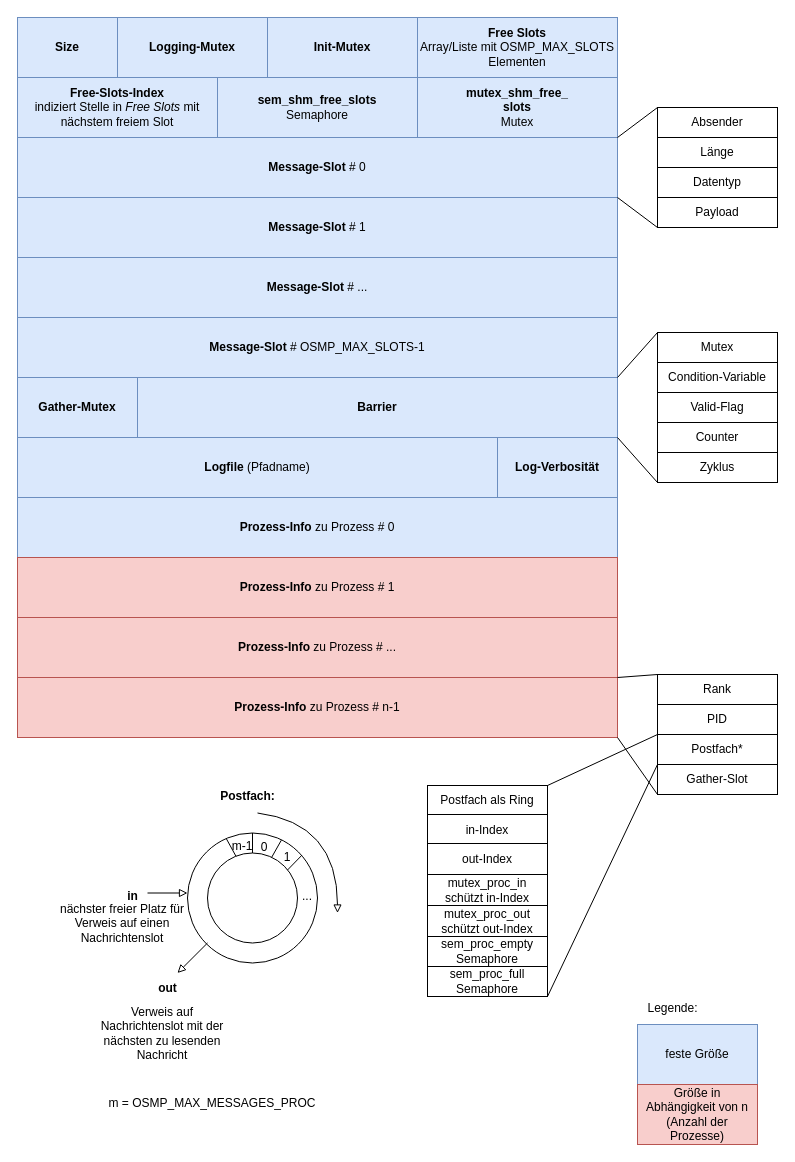
Above: docs/Struktur_Shared_Memory.drawio in Thomas12141/Betriebssysteme_Praktikum (draw.io), before the change. Source tidied: cells renumbered, new cells numbered last; positions are measured from the earlier drawing's top-left corner, leaving out a move shared by most shapes. Both pictures are drawn from the tidied source at 100%, with x=0, y=0 at pixel (17, 17).
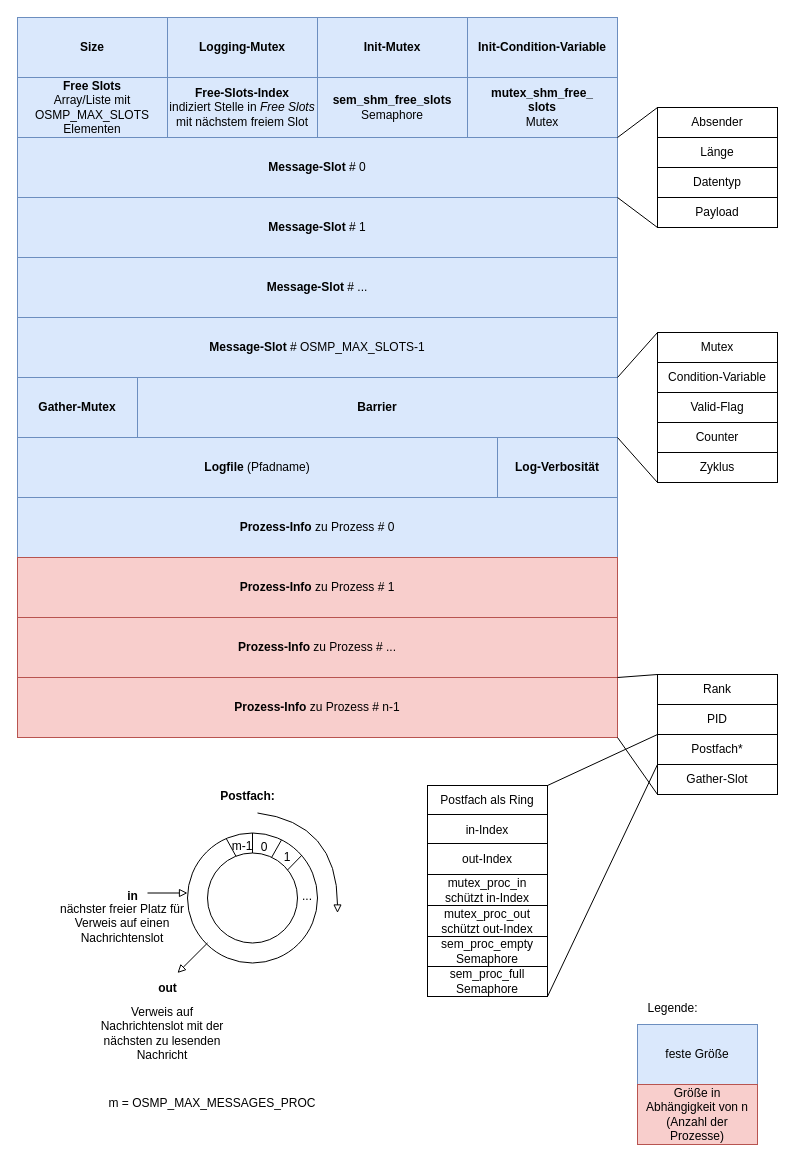
After the change.

Diff of the diagram source:
```diff
@@
     <mxCell id="2" value="&lt;b&gt;Size&lt;/b&gt;" style="rounded=0;whiteSpace=wrap;html=1;fillColor=#dae8fc;strokeColor=#6c8ebf;" parent="1" vertex="1">
-      <mxGeometry width="100" height="60" as="geometry" />
+      <mxGeometry width="150" height="60" as="geometry" />
     </mxCell>
     <mxCell id="3" value="&lt;b&gt;Logging-Mutex&lt;/b&gt;" style="rounded=0;whiteSpace=wrap;html=1;fillColor=#dae8fc;strokeColor=#6c8ebf;" parent="1" vertex="1">
-      <mxGeometry x="100" width="150" height="60" as="geometry" />
+      <mxGeometry x="150" width="150" height="60" as="geometry" />
     </mxCell>
     <mxCell id="4" value="&lt;div&gt;&lt;b&gt;Free Slots&lt;/b&gt;&lt;/div&gt;&lt;div&gt;Array/Liste mit OSMP_MAX_SLOTS Elementen&lt;br&gt;&lt;/div&gt;" style="rounded=0;whiteSpace=wrap;html=1;fillColor=#dae8fc;strokeColor=#6c8ebf;" parent="1" vertex="1">
-      <mxGeometry x="400" width="200" height="60" as="geometry" />
+      <mxGeometry y="60" width="150" height="60" as="geometry" />
     </mxCell>
     <mxCell id="5" value="&lt;div&gt;&lt;b&gt;sem_shm_free_slots&lt;/b&gt;&lt;/div&gt;&lt;div&gt;Semaphore&lt;b&gt;&lt;br&gt;&lt;/b&gt;&lt;/div&gt;" style="rounded=0;whiteSpace=wrap;html=1;fillColor=#dae8fc;strokeColor=#6c8ebf;" parent="1" vertex="1">
-      <mxGeometry x="200" y="60" width="200" height="60" as="geometry" />
+      <mxGeometry x="300" y="60" width="150" height="60" as="geometry" />
     </mxCell>
     <mxCell id="6" value="&lt;div&gt;&lt;b&gt;mutex_shm_free_&lt;/b&gt;&lt;/div&gt;&lt;div&gt;&lt;b&gt;slots&lt;br&gt;&lt;/b&gt;&lt;/div&gt;&lt;div&gt;Mutex&lt;b&gt;&lt;br&gt;&lt;/b&gt;&lt;/div&gt;" style="rounded=0;whiteSpace=wrap;html=1;fillColor=#dae8fc;strokeColor=#6c8ebf;" parent="1" vertex="1">
-      <mxGeometry x="400" y="60" width="200" height="60" as="geometry" />
+      <mxGeometry x="450" y="60" width="150" height="60" as="geometry" />
     </mxCell>
@@
     <mxCell id="68" value="&lt;b&gt;Init-Mutex&lt;/b&gt;" style="rounded=0;whiteSpace=wrap;html=1;fillColor=#dae8fc;strokeColor=#6c8ebf;" parent="1" vertex="1">
-      <mxGeometry x="250" width="150" height="60" as="geometry" />
+      <mxGeometry x="300" width="150" height="60" as="geometry" />
     </mxCell>
     <mxCell id="69" value="&lt;div&gt;&lt;b&gt;Free-Slots-Index&lt;/b&gt;&lt;/div&gt;&lt;div&gt;indiziert Stelle in &lt;i&gt;Free Slots &lt;/i&gt;mit nächstem freiem Slot&lt;br&gt;&lt;/div&gt;" style="rounded=0;whiteSpace=wrap;html=1;fillColor=#dae8fc;strokeColor=#6c8ebf;" parent="1" vertex="1">
-      <mxGeometry y="60" width="200" height="60" as="geometry" />
+      <mxGeometry x="150" y="60" width="150" height="60" as="geometry" />
     </mxCell>
@@
+    <mxCell id="71" value="&lt;b&gt;Init-Condition-Variable&lt;/b&gt;" style="rounded=0;whiteSpace=wrap;html=1;fillColor=#dae8fc;strokeColor=#6c8ebf;" parent="1" vertex="1">
+      <mxGeometry x="450" width="150" height="60" as="geometry" />
+    </mxCell>
```
